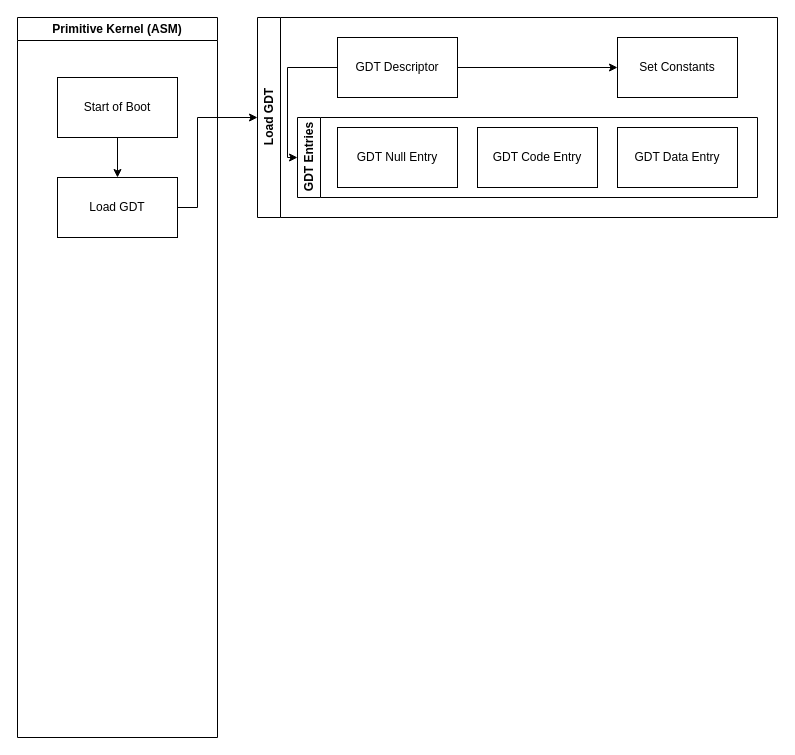
The draw.io diagram page "Boot Process" (1 of 2) of naOS.drawio in noaether/naOS, before the edit. Source tidied: cells renumbered, new cells numbered last; positions are measured from the earlier drawing's top-left corner, leaving out a move shared by most shapes. Both pictures are drawn from the tidied source at 100%, with x=0, y=0 at pixel (17, 17).
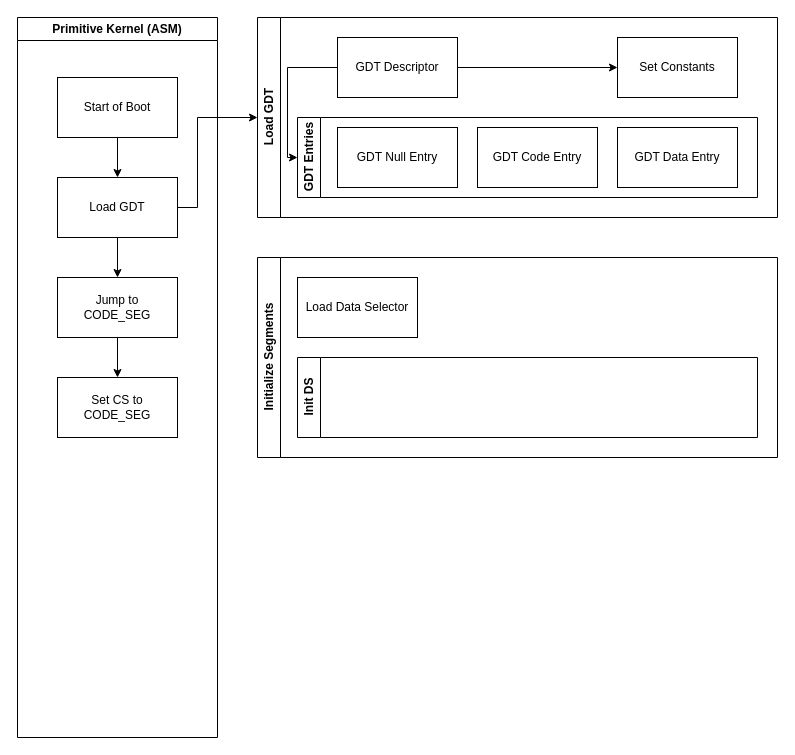
The same diagram, later.

Commit message:
init segments

Unchanged cells that the change refers to:
```xml
<mxCell id="2" value="Primitive Kernel (ASM)" style="swimlane;whiteSpace=wrap;html=1;" parent="1" vertex="1">
  <mxGeometry width="200" height="720" as="geometry" />
</mxCell>
<mxCell id="5" value="Load GDT" style="rounded=0;whiteSpace=wrap;html=1;" parent="2" vertex="1">
  <mxGeometry x="40" y="160" width="120" height="60" as="geometry" />
</mxCell>
```

The edit, as a diff of the source:
```diff
@@
+    <mxCell id="16" style="edgeStyle=orthogonalEdgeStyle;rounded=0;jettySize=auto;html=1;entryX=0.5;entryY=0;entryDx=0;entryDy=0;" parent="2" edge="1" source="5" target="18">
+      <mxGeometry relative="1" as="geometry" />
+    </mxCell>
@@
+    <mxCell id="17" style="edgeStyle=orthogonalEdgeStyle;rounded=0;jettySize=auto;html=1;exitX=0.5;exitY=1;exitDx=0;exitDy=0;entryX=0.5;entryY=0;entryDx=0;entryDy=0;" parent="2" edge="1" source="18" target="19">
+      <mxGeometry relative="1" as="geometry" />
+    </mxCell>
+    <mxCell id="18" value="Jump to &lt;br&gt;CODE_SEG" style="rounded=0;whiteSpace=wrap;html=1;" parent="2" vertex="1">
+      <mxGeometry x="40" y="260" width="120" height="60" as="geometry" />
+    </mxCell>
+    <mxCell id="19" value="Set CS to CODE_SEG" style="rounded=0;whiteSpace=wrap;html=1;" parent="2" vertex="1">
+      <mxGeometry x="40" y="360" width="120" height="60" as="geometry" />
+    </mxCell>
@@
+    <mxCell id="20" value="Initialize Segments" style="swimlane;horizontal=0;whiteSpace=wrap;html=1;" parent="1" vertex="1">
+      <mxGeometry x="240" y="240" width="520" height="200" as="geometry" />
+    </mxCell>
+    <mxCell id="21" value="Load Data Selector" style="rounded=0;whiteSpace=wrap;html=1;" parent="20" vertex="1">
+      <mxGeometry x="40" y="20" width="120" height="60" as="geometry" />
+    </mxCell>
+    <mxCell id="22" value="Init DS" style="swimlane;horizontal=0;whiteSpace=wrap;html=1;" parent="20" vertex="1">
+      <mxGeometry x="40" y="100" width="460" height="80" as="geometry" />
+    </mxCell>
```
